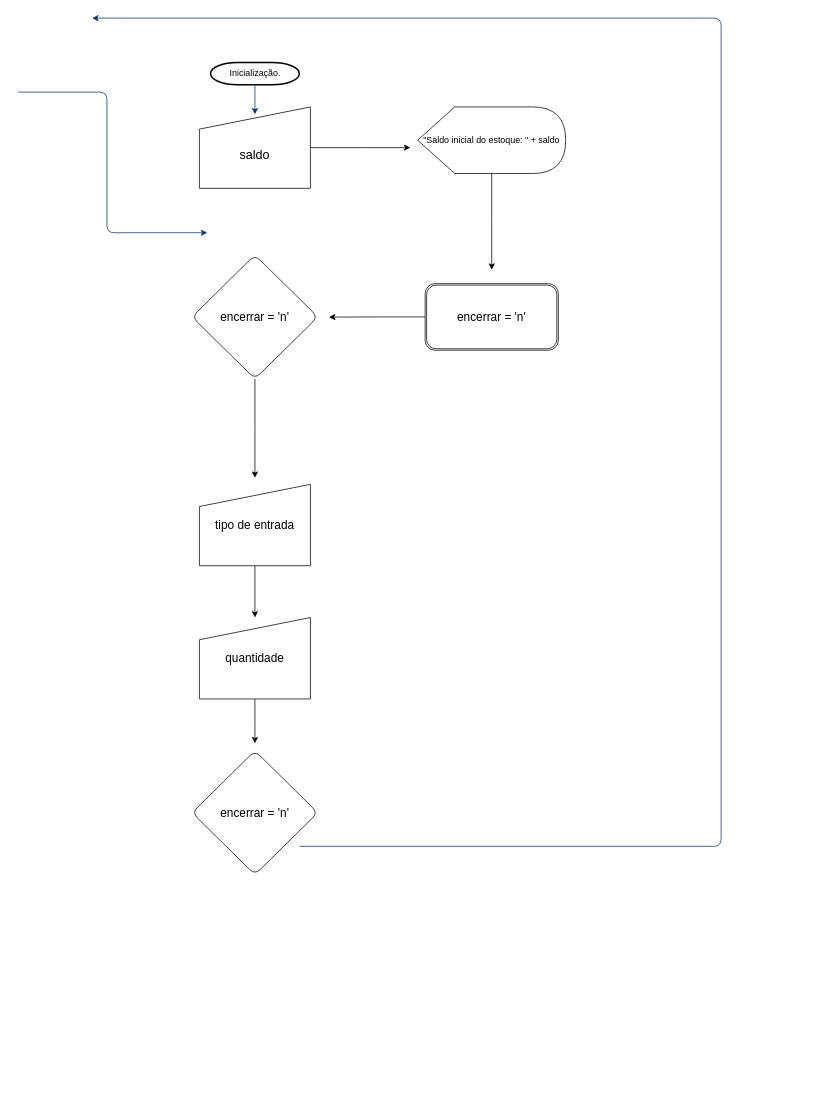
petterkrupp/OnlineRepository keeps this draw.io diagram as Untitled Diagram.drawio. Above is the earlier version. Source tidied: cells renumbered, new cells numbered last; positions are measured from the earlier drawing's top-left corner, leaving out a move shared by most shapes. Both pictures are drawn from the tidied source at 74%, with x=0, y=0 at pixel (18, 18).
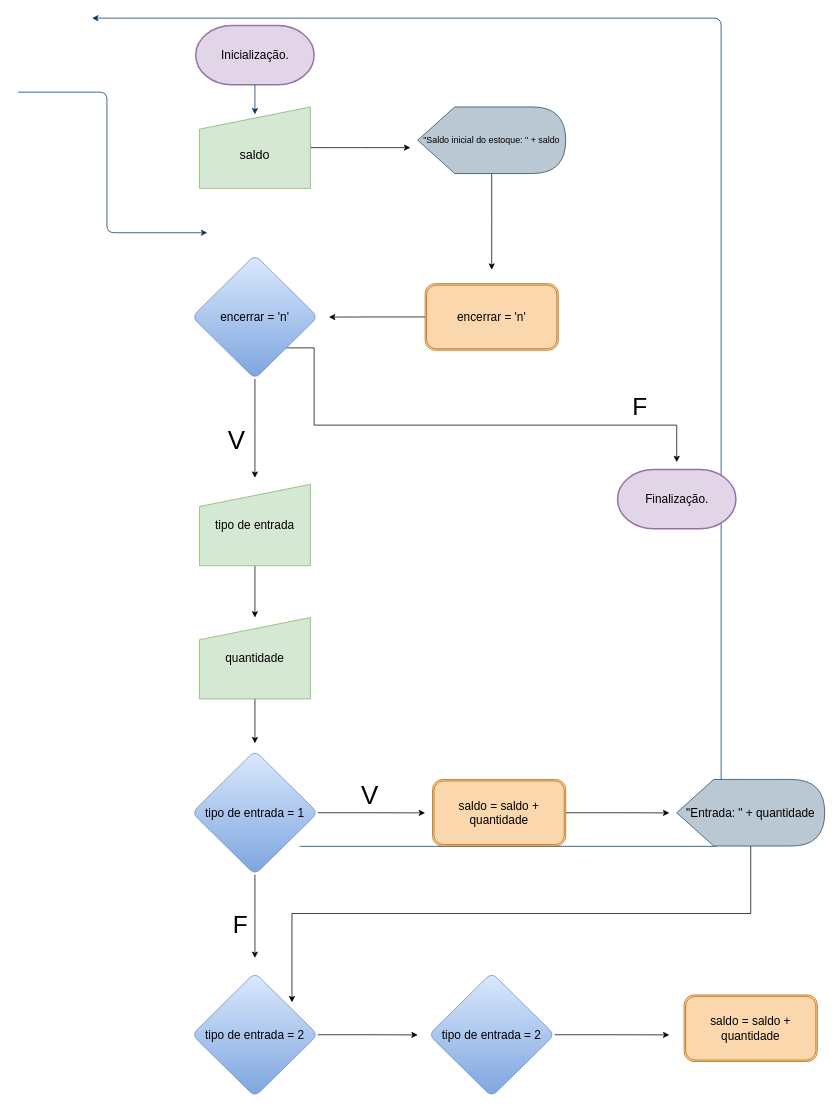
The same page after the edit.

Diff of the diagram source:
```diff
@@
-    <mxCell id="2" value="Inicialização." style="shape=mxgraph.flowchart.terminator;strokeWidth=2;gradientColor=none;gradientDirection=north;fontStyle=0;html=1;" parent="1" vertex="1">
-      <mxGeometry x="260" y="60" width="120" height="30" as="geometry" />
+    <mxCell id="2" value="&lt;font style=&quot;font-size: 16px;&quot;&gt;Inicialização.&lt;/font&gt;" style="shape=mxgraph.flowchart.terminator;strokeWidth=2;gradientDirection=north;fontStyle=0;html=1;fillColor=#e1d5e7;strokeColor=#9673a6;" parent="1" vertex="1">
+      <mxGeometry x="240" y="10" width="160" height="80" as="geometry" />
     </mxCell>
@@
-    <mxCell id="7" value="&lt;font style=&quot;font-size: 17px;&quot;&gt;&lt;br&gt;saldo&lt;/font&gt;" style="shape=manualInput;whiteSpace=wrap;html=1;" parent="1" vertex="1">
+    <mxCell id="7" value="&lt;font style=&quot;font-size: 17px;&quot;&gt;&lt;br&gt;saldo&lt;/font&gt;" style="shape=manualInput;whiteSpace=wrap;html=1;fillColor=#d5e8d4;strokeColor=#82b366;" parent="1" vertex="1">
       <mxGeometry x="245" y="120" width="150" height="110" as="geometry" />
     </mxCell>
@@
-    <mxCell id="9" value="&lt;font style=&quot;font-size: 12px;&quot;&gt;&quot;Saldo inicial do estoque: &quot; + saldo&lt;/font&gt;" style="shape=display;whiteSpace=wrap;html=1;" parent="1" vertex="1">
+    <mxCell id="9" value="&lt;font style=&quot;font-size: 12px;&quot;&gt;&quot;Saldo inicial do estoque: &quot; + saldo&lt;/font&gt;" style="shape=display;whiteSpace=wrap;html=1;fillColor=#bac8d3;strokeColor=#23445d;" parent="1" vertex="1">
       <mxGeometry x="540" y="120" width="200" height="90" as="geometry" />
     </mxCell>
@@
-    <mxCell id="11" value="&lt;font style=&quot;font-size: 16px;&quot;&gt;encerrar = 'n'&lt;/font&gt;" style="shape=ext;double=1;rounded=1;whiteSpace=wrap;html=1;" parent="1" vertex="1">
+    <mxCell id="11" value="&lt;font style=&quot;font-size: 16px;&quot;&gt;encerrar = 'n'&lt;/font&gt;" style="shape=ext;double=1;rounded=1;whiteSpace=wrap;html=1;fillColor=#fad7ac;strokeColor=#b46504;" parent="1" vertex="1">
       <mxGeometry x="550" y="358.8" width="180" height="90" as="geometry" />
     </mxCell>
@@
+    <mxCell id="19" style="edgeStyle=orthogonalEdgeStyle;rounded=0;jettySize=auto;html=1;exitX=1;exitY=1;exitDx=0;exitDy=0;" parent="1" edge="1" source="13">
+      <mxGeometry relative="1" as="geometry">
+        <mxPoint x="890" y="600" as="targetPoint" />
+        <Array as="points">
+          <mxPoint x="400" y="446" />
+          <mxPoint x="400" y="550" />
+          <mxPoint x="890" y="550" />
+        </Array>
+      </mxGeometry>
+    </mxCell>
-    <mxCell id="13" value="&lt;font style=&quot;font-size: 16px;&quot;&gt;encerrar = 'n'&lt;/font&gt;" style="rhombus;whiteSpace=wrap;html=1;rounded=1;" parent="1" vertex="1">
+    <mxCell id="13" value="&lt;font style=&quot;font-size: 16px;&quot;&gt;encerrar = 'n'&lt;/font&gt;" style="rhombus;whiteSpace=wrap;html=1;rounded=1;fillColor=#dae8fc;strokeColor=#6c8ebf;gradientColor=#7ea6e0;" parent="1" vertex="1">
       <mxGeometry x="235" y="320" width="170" height="167.5" as="geometry" />
     </mxCell>
@@
-    <mxCell id="15" value="&lt;font style=&quot;font-size: 16px;&quot;&gt;tipo de entrada&lt;/font&gt;" style="shape=manualInput;whiteSpace=wrap;html=1;" parent="1" vertex="1">
+    <mxCell id="15" value="&lt;font style=&quot;font-size: 16px;&quot;&gt;tipo de entrada&lt;/font&gt;" style="shape=manualInput;whiteSpace=wrap;html=1;fillColor=#d5e8d4;strokeColor=#82b366;" parent="1" vertex="1">
       <mxGeometry x="245" y="630" width="150" height="110" as="geometry" />
     </mxCell>
@@
-    <mxCell id="17" value="&lt;font style=&quot;font-size: 16px;&quot;&gt;quantidade&lt;/font&gt;" style="shape=manualInput;whiteSpace=wrap;html=1;" parent="1" vertex="1">
+    <mxCell id="17" value="&lt;font style=&quot;font-size: 16px;&quot;&gt;quantidade&lt;/font&gt;" style="shape=manualInput;whiteSpace=wrap;html=1;fillColor=#d5e8d4;strokeColor=#82b366;" parent="1" vertex="1">
       <mxGeometry x="245" y="810" width="150" height="110" as="geometry" />
     </mxCell>
+    <mxCell id="20" style="edgeStyle=orthogonalEdgeStyle;rounded=0;jettySize=auto;html=1;" parent="1" edge="1" source="18">
+      <mxGeometry relative="1" as="geometry">
+        <mxPoint x="550" y="1074" as="targetPoint" />
+      </mxGeometry>
+    </mxCell>
+    <mxCell id="21" style="edgeStyle=orthogonalEdgeStyle;rounded=0;jettySize=auto;html=1;" parent="1" edge="1" source="18">
+      <mxGeometry relative="1" as="geometry">
+        <mxPoint x="320" y="1270" as="targetPoint" />
+      </mxGeometry>
+    </mxCell>
-    <mxCell id="18" value="&lt;font style=&quot;font-size: 16px;&quot;&gt;encerrar = 'n'&lt;/font&gt;" style="rhombus;whiteSpace=wrap;html=1;rounded=1;" parent="1" vertex="1">
+    <mxCell id="18" value="&lt;font style=&quot;font-size: 16px;&quot;&gt;tipo de entrada = 1&lt;/font&gt;" style="rhombus;whiteSpace=wrap;html=1;rounded=1;fillColor=#dae8fc;gradientColor=#7ea6e0;strokeColor=#6c8ebf;" parent="1" vertex="1">
       <mxGeometry x="235" y="990" width="170" height="167.5" as="geometry" />
     </mxCell>
+    <mxCell id="22" style="edgeStyle=orthogonalEdgeStyle;rounded=0;jettySize=auto;html=1;" parent="1" edge="1" source="23">
+      <mxGeometry relative="1" as="geometry">
+        <mxPoint x="880" y="1074" as="targetPoint" />
+      </mxGeometry>
+    </mxCell>
+    <mxCell id="23" value="&lt;font style=&quot;font-size: 16px;&quot;&gt;saldo = saldo + quantidade&lt;br&gt;&lt;/font&gt;" style="shape=ext;double=1;rounded=1;whiteSpace=wrap;html=1;fillColor=#fad7ac;strokeColor=#b46504;" parent="1" vertex="1">
+      <mxGeometry x="560" y="1028.8" width="180" height="90" as="geometry" />
+    </mxCell>
+    <mxCell id="24" style="edgeStyle=orthogonalEdgeStyle;rounded=0;jettySize=auto;html=1;" parent="1" edge="1" source="25">
+      <mxGeometry relative="1" as="geometry">
+        <mxPoint x="370" y="1330" as="targetPoint" />
+        <Array as="points">
+          <mxPoint x="990" y="1210" />
+          <mxPoint x="370" y="1210" />
+        </Array>
+      </mxGeometry>
+    </mxCell>
+    <mxCell id="25" value="&lt;font style=&quot;font-size: 16px;&quot;&gt;&quot;Entrada: &quot; + quantidade&lt;/font&gt;" style="shape=display;whiteSpace=wrap;html=1;fillColor=#bac8d3;strokeColor=#23445d;" parent="1" vertex="1">
+      <mxGeometry x="890" y="1028.8" width="200" height="90" as="geometry" />
+    </mxCell>
+    <mxCell id="26" value="&lt;font style=&quot;font-size: 35px;&quot;&gt;V&lt;/font&gt;" style="text;html=1;align=center;verticalAlign=middle;strokeColor=none;fillColor=none;" parent="1" vertex="1">
+      <mxGeometry x="270" y="540" width="50" height="60" as="geometry" />
+    </mxCell>
+    <mxCell id="27" value="&lt;font style=&quot;font-size: 33px;&quot;&gt;F&lt;/font&gt;" style="text;html=1;align=center;verticalAlign=middle;strokeColor=none;fillColor=none;" parent="1" vertex="1">
+      <mxGeometry x="820" y="500" width="40" height="50" as="geometry" />
+    </mxCell>
+    <mxCell id="28" style="edgeStyle=orthogonalEdgeStyle;rounded=0;jettySize=auto;html=1;" parent="1" edge="1" source="29">
+      <mxGeometry relative="1" as="geometry">
+        <mxPoint x="540" y="1374" as="targetPoint" />
+      </mxGeometry>
+    </mxCell>
+    <mxCell id="29" value="&lt;font style=&quot;font-size: 16px;&quot;&gt;tipo de entrada = 2&lt;/font&gt;" style="rhombus;whiteSpace=wrap;html=1;rounded=1;fillColor=#dae8fc;gradientColor=#7ea6e0;strokeColor=#6c8ebf;" parent="1" vertex="1">
+      <mxGeometry x="235" y="1290" width="170" height="167.5" as="geometry" />
+    </mxCell>
+    <mxCell id="30" value="&lt;font style=&quot;font-size: 35px;&quot;&gt;V&lt;/font&gt;" style="text;html=1;align=center;verticalAlign=middle;strokeColor=none;fillColor=none;" parent="1" vertex="1">
+      <mxGeometry x="450" y="1020" width="50" height="60" as="geometry" />
+    </mxCell>
+    <mxCell id="31" value="&lt;font style=&quot;font-size: 33px;&quot;&gt;F&lt;/font&gt;" style="text;html=1;align=center;verticalAlign=middle;strokeColor=none;fillColor=none;" parent="1" vertex="1">
+      <mxGeometry x="280" y="1200" width="40" height="50" as="geometry" />
+    </mxCell>
+    <mxCell id="32" value="&lt;font style=&quot;font-size: 16px;&quot;&gt;Finalização.&lt;/font&gt;" style="shape=mxgraph.flowchart.terminator;strokeWidth=2;gradientDirection=north;fontStyle=0;html=1;fillColor=#e1d5e7;strokeColor=#9673a6;" parent="1" vertex="1">
+      <mxGeometry x="810" y="610" width="160" height="80" as="geometry" />
+    </mxCell>
+    <mxCell id="33" style="edgeStyle=orthogonalEdgeStyle;rounded=0;jettySize=auto;html=1;" parent="1" edge="1" source="34">
+      <mxGeometry relative="1" as="geometry">
+        <mxPoint x="880" y="1374" as="targetPoint" />
+      </mxGeometry>
+    </mxCell>
+    <mxCell id="34" value="&lt;font style=&quot;font-size: 16px;&quot;&gt;tipo de entrada = 2&lt;/font&gt;" style="rhombus;whiteSpace=wrap;html=1;rounded=1;fillColor=#dae8fc;gradientColor=#7ea6e0;strokeColor=#6c8ebf;" parent="1" vertex="1">
+      <mxGeometry x="555" y="1290" width="170" height="167.5" as="geometry" />
+    </mxCell>
+    <mxCell id="35" value="&lt;font style=&quot;font-size: 16px;&quot;&gt;saldo = saldo + quantidade&lt;br&gt;&lt;/font&gt;" style="shape=ext;double=1;rounded=1;whiteSpace=wrap;html=1;fillColor=#fad7ac;strokeColor=#b46504;" parent="1" vertex="1">
+      <mxGeometry x="900" y="1320" width="180" height="90" as="geometry" />
+    </mxCell>
```
